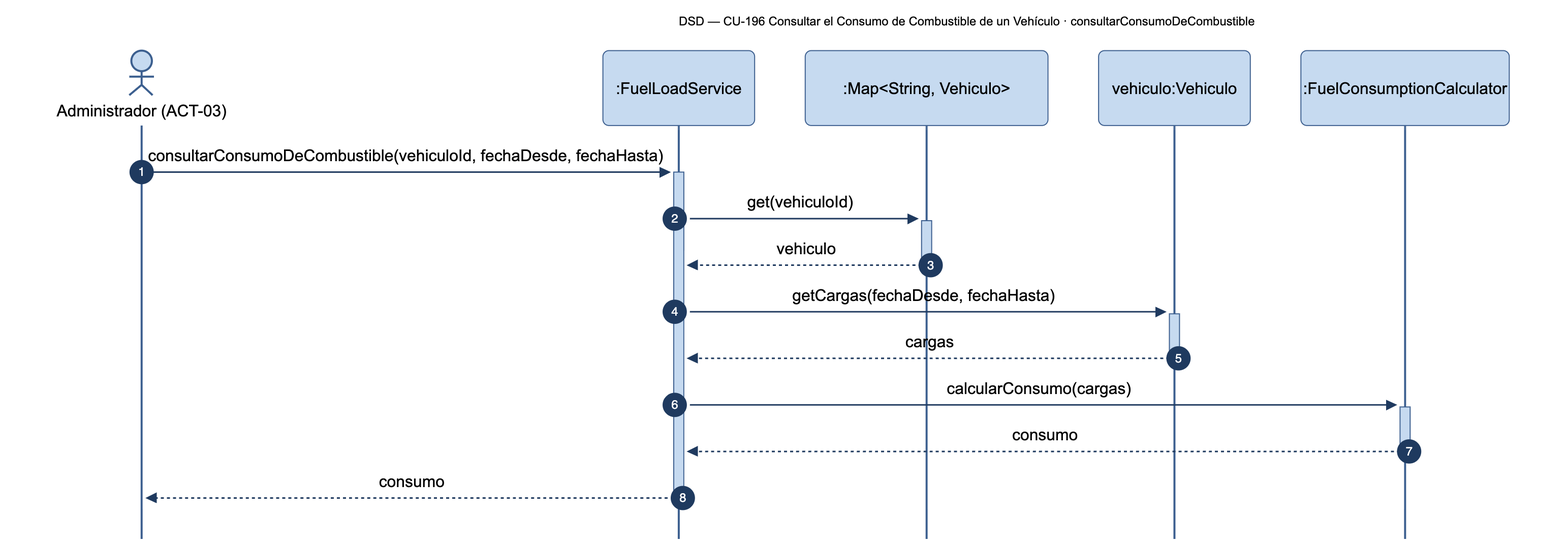
Earlier version of the Mermaid export diagramas/png/DSD_CU-196_consultarConsumoDeCombustible.png (Nahuelito-Dev/splg-docs). Its source is kept beside it as diagramas/DSD_CU-196_consultarConsumoDeCombustible.mmd. Source of this version:
```mermaid
sequenceDiagram
    title DSD — CU-196 Consultar el Consumo de Combustible de un Vehículo · consultarConsumoDeCombustible
    autonumber
    actor ADM as Administrador (ACT-03)
    participant SRV as :FuelLoadService
    participant COV as :Map#lt;String, Vehiculo#gt;
    participant VEH as vehiculo:Vehiculo
    participant CAL as :FuelConsumptionCalculator

    ADM->>+SRV: consultarConsumoDeCombustible(vehiculoId, fechaDesde, fechaHasta)
    SRV->>+COV: get(vehiculoId)
    COV-->>-SRV: vehiculo
    SRV->>+VEH: getCargas(fechaDesde, fechaHasta)
    VEH-->>-SRV: cargas
    SRV->>+CAL: calcularConsumo(cargas)
    CAL-->>-SRV: consumo
    SRV-->>-ADM: consumo
```
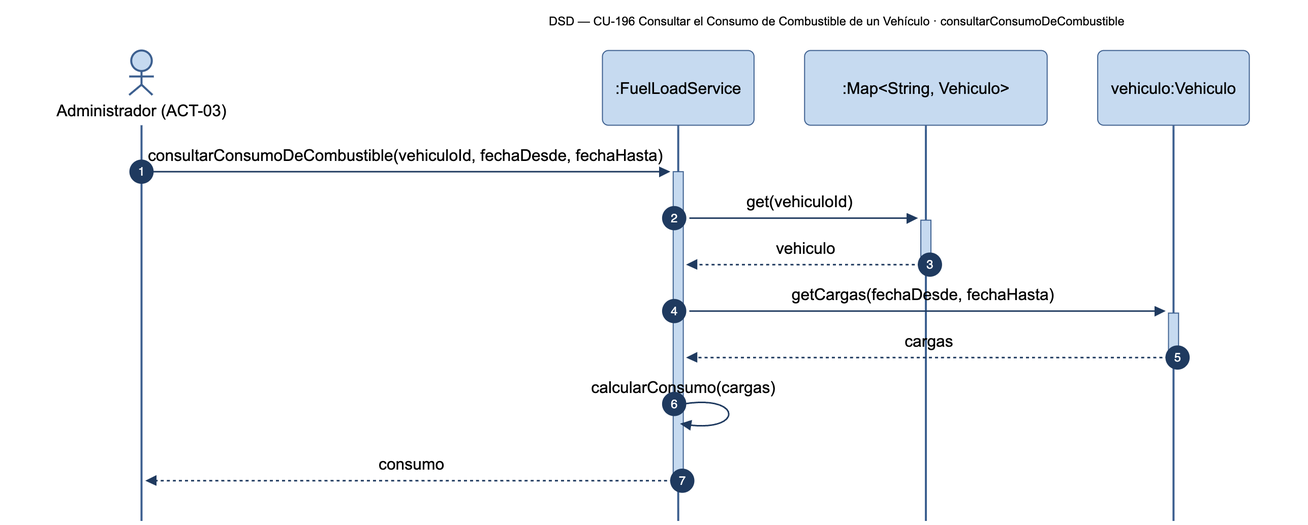
After the change.

Diff of the diagram source:
```diff
@@ -5,13 +5,11 @@
     participant SRV as :FuelLoadService
     participant COV as :Map#lt;String, Vehiculo#gt;
     participant VEH as vehiculo:Vehiculo
-    participant CAL as :FuelConsumptionCalculator
 
     ADM->>+SRV: consultarConsumoDeCombustible(vehiculoId, fechaDesde, fechaHasta)
     SRV->>+COV: get(vehiculoId)
     COV-->>-SRV: vehiculo
     SRV->>+VEH: getCargas(fechaDesde, fechaHasta)
     VEH-->>-SRV: cargas
-    SRV->>+CAL: calcularConsumo(cargas)
-    CAL-->>-SRV: consumo
+    SRV->>SRV: calcularConsumo(cargas)
     SRV-->>-ADM: consumo
```
